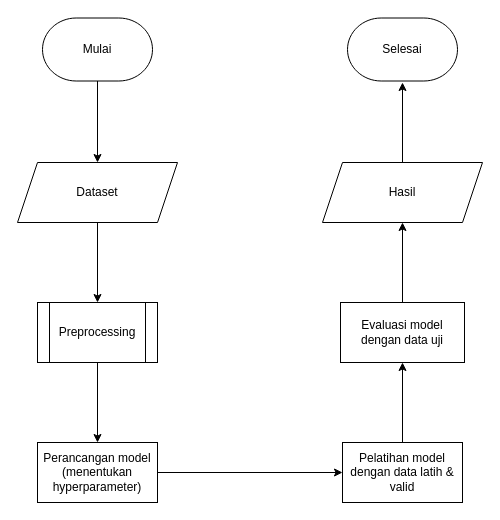
Before: Untitled Diagram.drawio in meisyareptiana/design_database, a draw.io diagram. Source tidied: cells renumbered, new cells numbered last; positions are measured from the earlier drawing's top-left corner, leaving out a move shared by most shapes. Both pictures are drawn from the tidied source at 100%, with x=0, y=0 at pixel (17, 18).
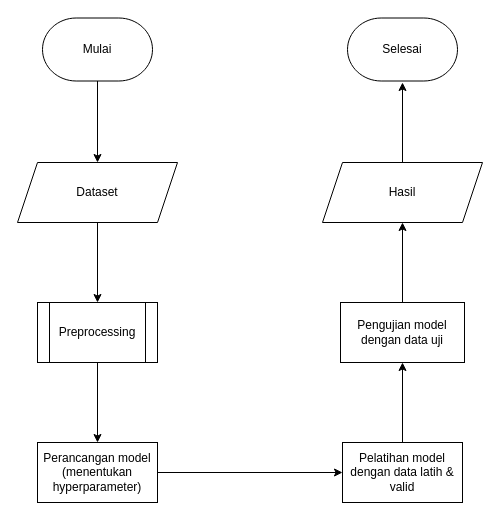
The same page after the edit.

The edit, as a diff of the source:
```diff
@@
 <mxGraphModel>
   <root>
     <mxCell id="0" />
     <mxCell id="1" parent="0" />
     <mxCell id="2" style="edgeStyle=orthogonalEdgeStyle;rounded=0;jettySize=auto;html=1;" parent="1" edge="1" source="3" target="13">
       <mxGeometry relative="1" as="geometry" />
     </mxCell>
     <mxCell id="3" value="Dataset" style="shape=parallelogram;perimeter=parallelogramPerimeter;whiteSpace=wrap;html=1;fixedSize=1;" parent="1" vertex="1">
       <mxGeometry y="144" width="160" height="60" as="geometry" />
     </mxCell>
     <mxCell id="4" style="edgeStyle=orthogonalEdgeStyle;rounded=0;jettySize=auto;html=1;entryX=0;entryY=0.5;entryDx=0;entryDy=0;" parent="1" edge="1" source="5" target="7">
       <mxGeometry relative="1" as="geometry" />
     </mxCell>
     <mxCell id="5" value="Perancangan model&lt;div&gt;(menentukan hyperparameter)&lt;/div&gt;" style="rounded=0;whiteSpace=wrap;html=1;" parent="1" vertex="1">
       <mxGeometry x="20" y="424" width="120" height="60" as="geometry" />
     </mxCell>
     <mxCell id="6" style="edgeStyle=orthogonalEdgeStyle;rounded=0;jettySize=auto;html=1;entryX=0.5;entryY=1;entryDx=0;entryDy=0;" parent="1" edge="1" source="7" target="9">
       <mxGeometry relative="1" as="geometry" />
     </mxCell>
     <mxCell id="7" value="Pelatihan model dengan data latih &amp;amp; valid" style="rounded=0;whiteSpace=wrap;html=1;" parent="1" vertex="1">
       <mxGeometry x="325" y="424" width="120" height="60" as="geometry" />
     </mxCell>
     <mxCell id="8" style="edgeStyle=orthogonalEdgeStyle;rounded=0;jettySize=auto;html=1;entryX=0.5;entryY=1;entryDx=0;entryDy=0;" parent="1" edge="1" source="9" target="11">
       <mxGeometry relative="1" as="geometry" />
     </mxCell>
-    <mxCell id="9" value="Evaluasi model dengan data uji" style="rounded=0;whiteSpace=wrap;html=1;" parent="1" vertex="1">
+    <mxCell id="9" value="Pengujian model dengan data uji" style="rounded=0;whiteSpace=wrap;html=1;" parent="1" vertex="1">
       <mxGeometry x="323" y="284" width="124" height="60" as="geometry" />
     </mxCell>
     <mxCell id="10" style="edgeStyle=orthogonalEdgeStyle;rounded=0;jettySize=auto;html=1;" parent="1" edge="1" source="11">
       <mxGeometry relative="1" as="geometry">
         <mxPoint x="385" y="64" as="targetPoint" />
       </mxGeometry>
     </mxCell>
     <mxCell id="11" value="Hasil" style="shape=parallelogram;perimeter=parallelogramPerimeter;whiteSpace=wrap;html=1;fixedSize=1;" parent="1" vertex="1">
       <mxGeometry x="305" y="144" width="160" height="60" as="geometry" />
     </mxCell>
     <mxCell id="12" style="edgeStyle=orthogonalEdgeStyle;rounded=0;jettySize=auto;html=1;" parent="1" edge="1" source="13" target="5">
       <mxGeometry relative="1" as="geometry" />
     </mxCell>
     <mxCell id="13" value="Preprocessing" style="shape=process;whiteSpace=wrap;html=1;backgroundOutline=1;" parent="1" vertex="1">
       <mxGeometry x="20" y="284" width="120" height="60" as="geometry" />
     </mxCell>
     <mxCell id="14" style="edgeStyle=orthogonalEdgeStyle;rounded=0;jettySize=auto;html=1;entryX=0.5;entryY=0;entryDx=0;entryDy=0;" parent="1" edge="1" source="15" target="3">
       <mxGeometry relative="1" as="geometry" />
     </mxCell>
     <mxCell id="15" value="Mulai" style="fixedSize=1;html=1;shape=mxgraph.flowchart.terminator;whiteSpace=wrap;" parent="1" vertex="1">
       <mxGeometry x="25" y="-0.5" width="110" height="63" as="geometry" />
     </mxCell>
     <mxCell id="16" value="Selesai" style="fixedSize=1;html=1;shape=mxgraph.flowchart.terminator;whiteSpace=wrap;" parent="1" vertex="1">
       <mxGeometry x="330" y="-0.5" width="110" height="63" as="geometry" />
     </mxCell>
   </root>
 </mxGraphModel>
```
